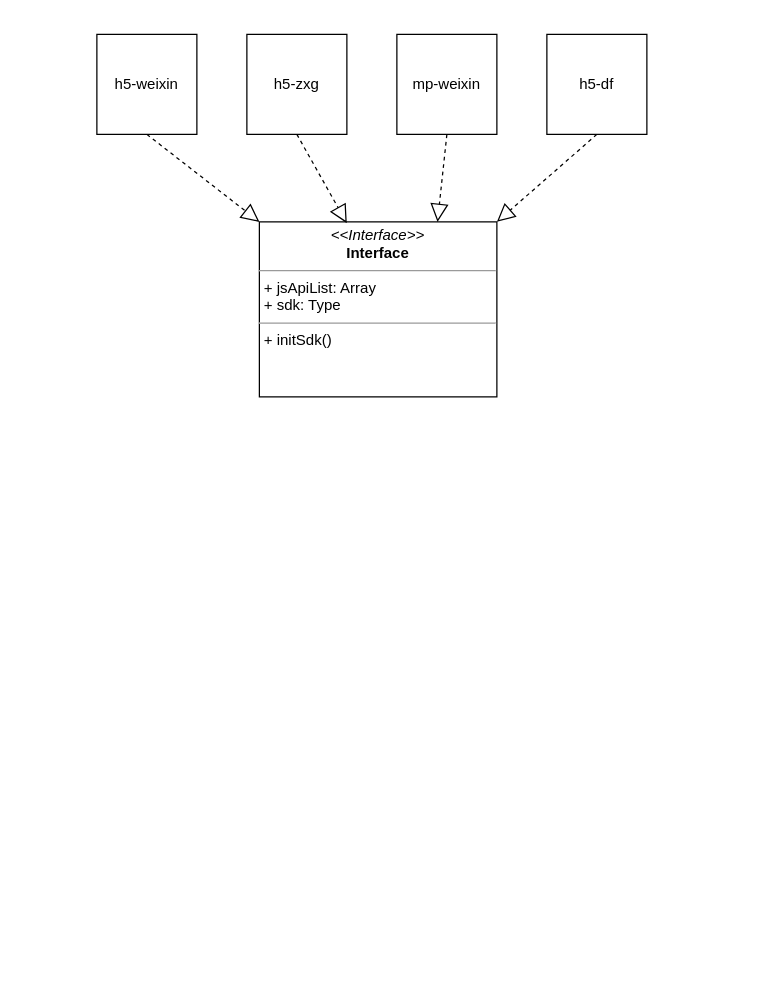
The draw.io diagram page "第 2 页" (2 of 2) of 未命名绘图.drawio in ios2014/ios--, before the edit. Source tidied: cells renumbered, new cells numbered last; positions are measured from the earlier drawing's top-left corner, leaving out a move shared by most shapes. Both pictures are drawn from the tidied source at 125%, with x=0, y=0 at pixel (96, 34).
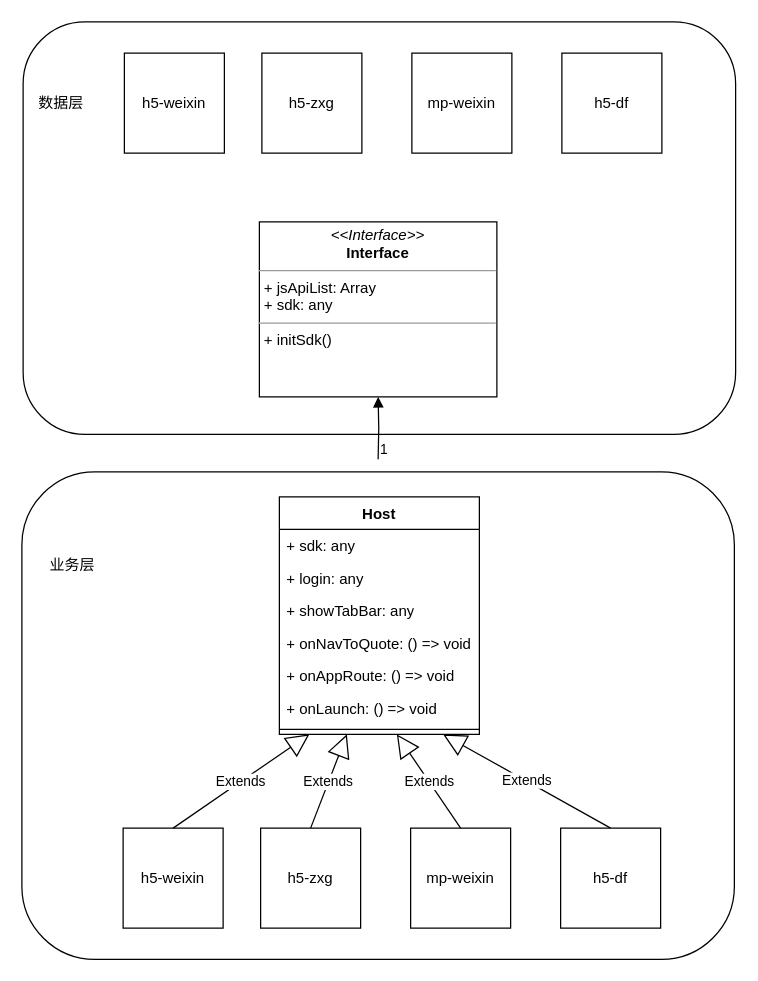
The same diagram, later.

Diff of the diagram source:
```diff
@@
-    <mxCell id="2" value="h5-weixin" style="whiteSpace=wrap;html=1;" parent="1" vertex="1">
-      <mxGeometry width="80" height="80" as="geometry" />
-    </mxCell>
-    <mxCell id="3" value="h5-zxg" style="whiteSpace=wrap;html=1;" parent="1" vertex="1">
-      <mxGeometry x="120" width="80" height="80" as="geometry" />
-    </mxCell>
-    <mxCell id="4" value="mp-weixin" style="whiteSpace=wrap;html=1;" parent="1" vertex="1">
-      <mxGeometry x="240" width="80" height="80" as="geometry" />
-    </mxCell>
-    <mxCell id="5" value="h5-df" style="whiteSpace=wrap;html=1;" parent="1" vertex="1">
-      <mxGeometry x="360" width="80" height="80" as="geometry" />
-    </mxCell>
+    <mxCell id="8" style="endArrow=block;dashed=1;endFill=0;endSize=12;html=1;rounded=0;" parent="1" edge="1" source="15">
+      <mxGeometry relative="1" as="geometry">
+        <mxPoint x="226" y="160" as="targetPoint" />
+      </mxGeometry>
+    </mxCell>
+    <mxCell id="11" style="rounded=1;whiteSpace=wrap;html=1;" parent="1" vertex="1">
+      <mxGeometry x="-60" y="350" width="570" height="390" as="geometry" />
+    </mxCell>
+    <mxCell id="12" value="h5-weixin" style="whiteSpace=wrap;html=1;" parent="1" vertex="1">
+      <mxGeometry x="21" y="635" width="80" height="80" as="geometry" />
+    </mxCell>
+    <mxCell id="13" value="h5-zxg" style="whiteSpace=wrap;html=1;" parent="1" vertex="1">
+      <mxGeometry x="131" y="635" width="80" height="80" as="geometry" />
+    </mxCell>
+    <mxCell id="14" value="mp-weixin" style="whiteSpace=wrap;html=1;" parent="1" vertex="1">
+      <mxGeometry x="251" y="635" width="80" height="80" as="geometry" />
+    </mxCell>
+    <mxCell id="15" style="rounded=1;whiteSpace=wrap;html=1;" parent="1" vertex="1">
+      <mxGeometry x="-59" y="-10" width="570" height="330" as="geometry" />
+    </mxCell>
+    <mxCell id="16" value="h5-df" style="whiteSpace=wrap;html=1;" parent="1" vertex="1">
+      <mxGeometry x="371" y="635" width="80" height="80" as="geometry" />
+    </mxCell>
+    <mxCell id="17" value="业务层" style="text;html=1;align=center;verticalAlign=middle;strokeColor=none;fillColor=none;" parent="1" vertex="1">
+      <mxGeometry x="-50" y="410" width="60" height="30" as="geometry" />
+    </mxCell>
+    <mxCell id="18" value="h5-weixin" style="whiteSpace=wrap;html=1;" parent="1" vertex="1">
+      <mxGeometry x="22" y="15" width="80" height="80" as="geometry" />
+    </mxCell>
+    <mxCell id="19" value="h5-zxg" style="whiteSpace=wrap;html=1;" parent="1" vertex="1">
+      <mxGeometry x="132" y="15" width="80" height="80" as="geometry" />
+    </mxCell>
+    <mxCell id="20" value="mp-weixin" style="whiteSpace=wrap;html=1;" parent="1" vertex="1">
+      <mxGeometry x="252" y="15" width="80" height="80" as="geometry" />
+    </mxCell>
+    <mxCell id="21" value="h5-df" style="whiteSpace=wrap;html=1;" parent="1" vertex="1">
+      <mxGeometry x="372" y="15" width="80" height="80" as="geometry" />
+    </mxCell>
+    <mxCell id="22" value="数据层" style="text;html=1;align=center;verticalAlign=middle;strokeColor=none;fillColor=none;" parent="1" vertex="1">
+      <mxGeometry x="-59" y="40" width="60" height="30" as="geometry" />
+    </mxCell>
-    <mxCell id="6" value="&lt;p style=&quot;margin:0px;margin-top:4px;text-align:center;&quot;&gt;&lt;i&gt;&amp;lt;&amp;lt;Interface&amp;gt;&amp;gt;&lt;/i&gt;&lt;br&gt;&lt;b&gt;Interface&lt;/b&gt;&lt;/p&gt;&lt;hr size=&quot;1&quot;&gt;&lt;p style=&quot;margin:0px;margin-left:4px;&quot;&gt;+&amp;nbsp;jsApiList: Array&lt;/p&gt;&lt;p style=&quot;margin:0px;margin-left:4px;&quot;&gt;+&amp;nbsp;sdk: Type&lt;/p&gt;&lt;hr size=&quot;1&quot;&gt;&lt;p style=&quot;margin:0px;margin-left:4px;&quot;&gt;+&amp;nbsp;initSdk()&lt;/p&gt;" style="verticalAlign=top;align=left;overflow=fill;fontSize=12;fontFamily=Helvetica;html=1;whiteSpace=wrap;" parent="1" vertex="1">
+    <mxCell id="6" value="&lt;p style=&quot;margin:0px;margin-top:4px;text-align:center;&quot;&gt;&lt;i&gt;&amp;lt;&amp;lt;Interface&amp;gt;&amp;gt;&lt;/i&gt;&lt;br&gt;&lt;b&gt;Interface&lt;/b&gt;&lt;/p&gt;&lt;hr size=&quot;1&quot;&gt;&lt;p style=&quot;margin:0px;margin-left:4px;&quot;&gt;+&amp;nbsp;jsApiList: Array&lt;/p&gt;&lt;p style=&quot;margin:0px;margin-left:4px;&quot;&gt;+&amp;nbsp;sdk:&amp;nbsp;any&lt;/p&gt;&lt;hr size=&quot;1&quot;&gt;&lt;p style=&quot;margin:0px;margin-left:4px;&quot;&gt;+&amp;nbsp;initSdk()&lt;/p&gt;" style="verticalAlign=top;align=left;overflow=fill;fontSize=12;fontFamily=Helvetica;html=1;whiteSpace=wrap;" parent="1" vertex="1">
       <mxGeometry x="130" y="150" width="190" height="140" as="geometry" />
     </mxCell>
-    <mxCell id="7" style="endArrow=block;dashed=1;endFill=0;endSize=12;html=1;rounded=0;exitX=0.5;exitY=1;exitDx=0;exitDy=0;entryX=0;entryY=0;entryDx=0;entryDy=0;" parent="1" edge="1" source="2" target="6">
-      <mxGeometry relative="1" as="geometry" />
-    </mxCell>
-    <mxCell id="8" style="endArrow=block;dashed=1;endFill=0;endSize=12;html=1;rounded=0;exitX=0.5;exitY=1;exitDx=0;exitDy=0;entryX=0.368;entryY=0.007;entryDx=0;entryDy=0;entryPerimeter=0;" parent="1" edge="1" source="3" target="6">
-      <mxGeometry relative="1" as="geometry" />
-    </mxCell>
-    <mxCell id="9" style="endArrow=block;dashed=1;endFill=0;endSize=12;html=1;rounded=0;exitX=0.5;exitY=1;exitDx=0;exitDy=0;entryX=0.75;entryY=0;entryDx=0;entryDy=0;" parent="1" edge="1" source="4" target="6">
-      <mxGeometry relative="1" as="geometry" />
-    </mxCell>
-    <mxCell id="10" style="endArrow=block;dashed=1;endFill=0;endSize=12;html=1;rounded=0;exitX=0.5;exitY=1;exitDx=0;exitDy=0;entryX=1;entryY=0;entryDx=0;entryDy=0;" parent="1" edge="1" source="5" target="6">
-      <mxGeometry relative="1" as="geometry" />
-    </mxCell>
+    <mxCell id="23" value="Host" style="swimlane;fontStyle=1;align=center;verticalAlign=top;horizontal=1;startSize=26;whiteSpace=wrap;html=1;" parent="1" vertex="1">
+      <mxGeometry x="146" y="370" width="160" height="190" as="geometry" />
+    </mxCell>
+    <mxCell id="24" value="+&amp;nbsp;sdk:&amp;nbsp;any" style="text;strokeColor=none;fillColor=none;align=left;verticalAlign=top;spacingLeft=4;spacingRight=4;overflow=hidden;whiteSpace=wrap;html=1;" parent="23" vertex="1">
+      <mxGeometry y="26" width="160" height="26" as="geometry" />
+    </mxCell>
+    <mxCell id="25" value="+&amp;nbsp;login:&amp;nbsp;any" style="text;strokeColor=none;fillColor=none;align=left;verticalAlign=top;spacingLeft=4;spacingRight=4;overflow=hidden;whiteSpace=wrap;html=1;" parent="23" vertex="1">
+      <mxGeometry y="52" width="160" height="26" as="geometry" />
+    </mxCell>
+    <mxCell id="26" value="+&amp;nbsp;showTabBar:&amp;nbsp;any" style="text;strokeColor=none;fillColor=none;align=left;verticalAlign=top;spacingLeft=4;spacingRight=4;overflow=hidden;whiteSpace=wrap;html=1;" parent="23" vertex="1">
+      <mxGeometry y="78" width="160" height="26" as="geometry" />
+    </mxCell>
+    <mxCell id="27" value="+&amp;nbsp;onNavToQuote: () =&amp;gt; void" style="text;strokeColor=none;fillColor=none;align=left;verticalAlign=top;spacingLeft=4;spacingRight=4;overflow=hidden;whiteSpace=wrap;html=1;" parent="23" vertex="1">
+      <mxGeometry y="104" width="160" height="26" as="geometry" />
+    </mxCell>
+    <mxCell id="28" value="+&amp;nbsp;onAppRoute: () =&amp;gt; void" style="text;strokeColor=none;fillColor=none;align=left;verticalAlign=top;spacingLeft=4;spacingRight=4;overflow=hidden;whiteSpace=wrap;html=1;" parent="23" vertex="1">
+      <mxGeometry y="130" width="160" height="26" as="geometry" />
+    </mxCell>
+    <mxCell id="29" value="+&amp;nbsp;onLaunch: () =&amp;gt; void" style="text;strokeColor=none;fillColor=none;align=left;verticalAlign=top;spacingLeft=4;spacingRight=4;overflow=hidden;whiteSpace=wrap;html=1;" parent="23" vertex="1">
+      <mxGeometry y="156" width="160" height="26" as="geometry" />
+    </mxCell>
+    <mxCell id="30" style="line;strokeWidth=1;fillColor=none;align=left;verticalAlign=middle;spacingTop=-1;spacingLeft=3;spacingRight=3;labelPosition=right;points=[];portConstraint=eastwest;strokeColor=inherit;" parent="23" vertex="1">
+      <mxGeometry y="182" width="160" height="8" as="geometry" />
+    </mxCell>
+    <mxCell id="31" style="endArrow=block;endFill=1;html=1;edgeStyle=orthogonalEdgeStyle;align=left;verticalAlign=top;rounded=0;entryX=0.5;entryY=1;entryDx=0;entryDy=0;" parent="1" edge="1" target="6">
+      <mxGeometry x="-1" relative="1" as="geometry">
+        <mxPoint x="225" y="340" as="sourcePoint" />
+      </mxGeometry>
+    </mxCell>
+    <mxCell id="32" value="1" style="edgeLabel;html=1;align=left;verticalAlign=bottom;" parent="31" vertex="1">
+      <mxGeometry x="-1" relative="1" as="geometry" />
+    </mxCell>
+    <mxCell id="33" value="Extends" style="endArrow=block;endSize=16;endFill=0;html=1;rounded=0;exitX=0.5;exitY=0;exitDx=0;exitDy=0;" parent="1" edge="1" source="14">
+      <mxGeometry relative="1" as="geometry">
+        <mxPoint x="240" y="560" as="targetPoint" />
+      </mxGeometry>
+    </mxCell>
+    <mxCell id="34" value="Extends" style="endArrow=block;endSize=16;endFill=0;html=1;rounded=0;exitX=0.5;exitY=0;exitDx=0;exitDy=0;" parent="1" edge="1" source="13">
+      <mxGeometry relative="1" as="geometry">
+        <mxPoint x="200" y="560" as="targetPoint" />
+      </mxGeometry>
+    </mxCell>
+    <mxCell id="35" value="Extends" style="endArrow=block;endSize=16;endFill=0;html=1;rounded=0;exitX=0.5;exitY=0;exitDx=0;exitDy=0;entryX=0.819;entryY=1;entryDx=0;entryDy=0;entryPerimeter=0;" parent="1" edge="1" source="16" target="30">
+      <mxGeometry relative="1" as="geometry" />
+    </mxCell>
+    <mxCell id="36" value="Extends" style="endArrow=block;endSize=16;endFill=0;html=1;rounded=0;exitX=0.5;exitY=0;exitDx=0;exitDy=0;" parent="1" edge="1" source="12">
+      <mxGeometry relative="1" as="geometry">
+        <mxPoint x="170" y="560" as="targetPoint" />
+      </mxGeometry>
+    </mxCell>
```
